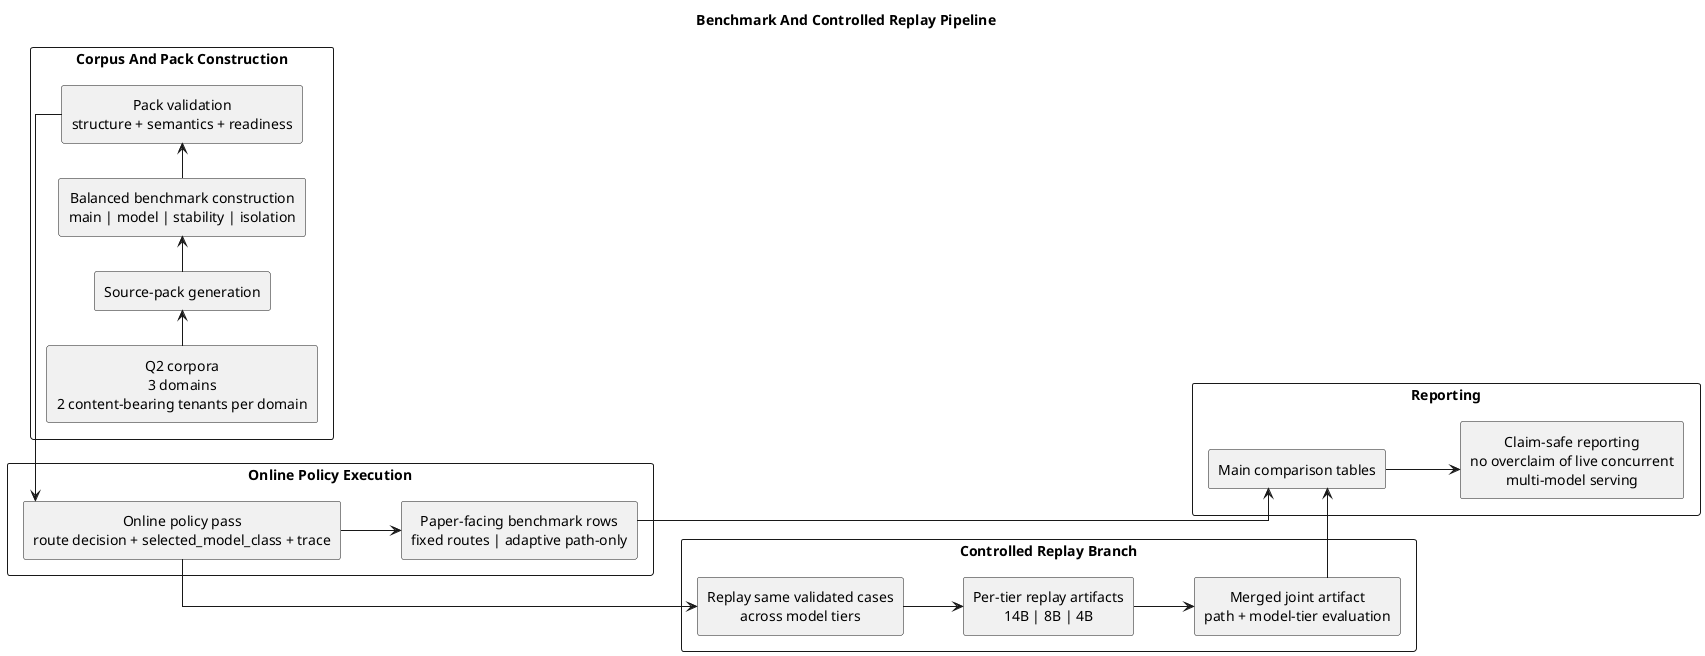
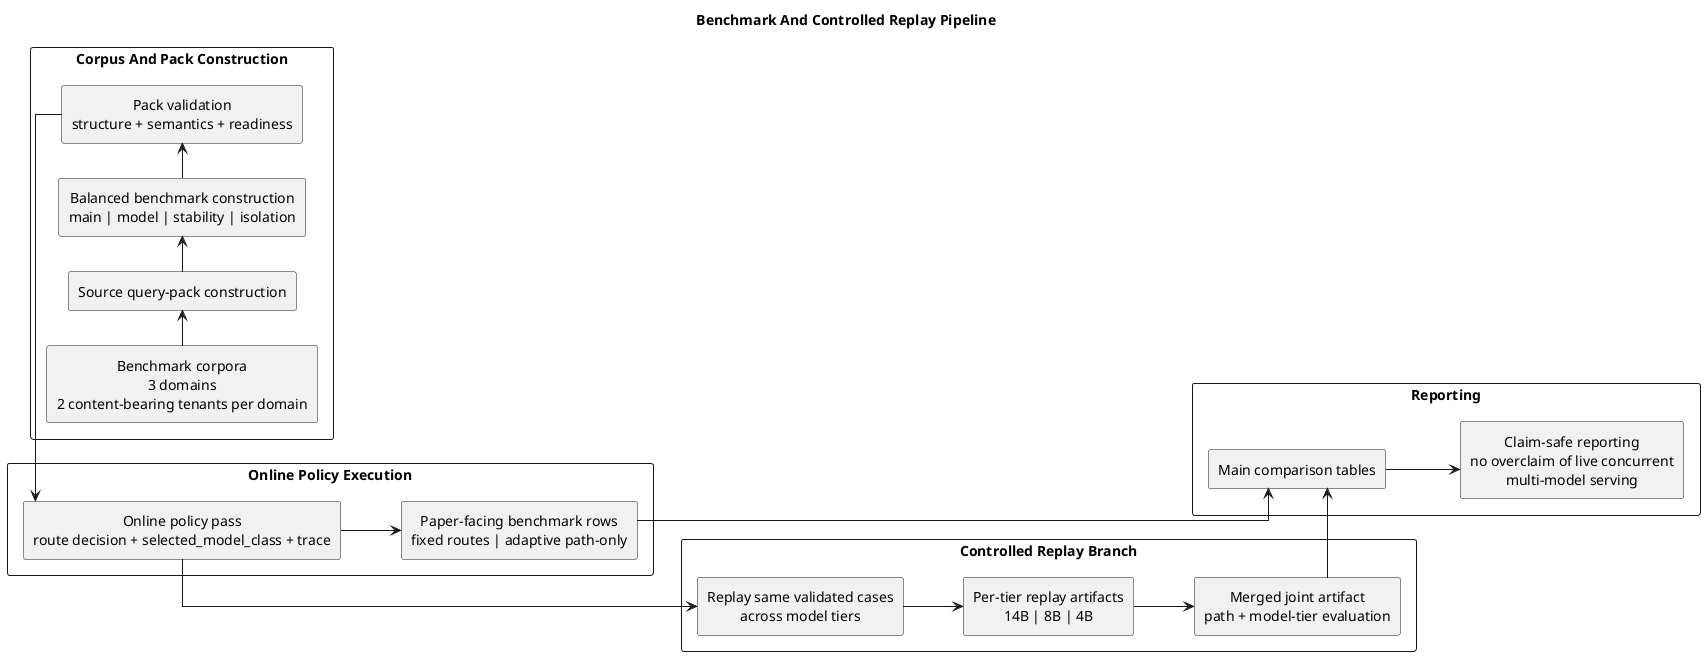
@startuml
left to right direction
skinparam linetype ortho
skinparam packageStyle rectangle
skinparam shadowing false
skinparam defaultTextAlignment center
skinparam componentStyle rectangle
skinparam packageTitleAlignment center

title Benchmark And Controlled Replay Pipeline

package "Corpus And Pack Construction" {
-   rectangle "Q2 corpora\n3 domains\n2 content-bearing tenants per domain" as CORPUS
-   rectangle "Source-pack generation" as SOURCE
+   rectangle "Benchmark corpora\n3 domains\n2 content-bearing tenants per domain" as CORPUS
+   rectangle "Source query-pack construction" as SOURCE
  rectangle "Balanced benchmark construction\nmain | model | stability | isolation" as BUILD
  rectangle "Pack validation\nstructure + semantics + readiness" as VALIDATE

  CORPUS -right-> SOURCE
  SOURCE -right-> BUILD
  BUILD -right-> VALIDATE
}

package "Online Policy Execution" {
  rectangle "Online policy pass\nroute decision + selected_model_class + trace" as POLICY
  rectangle "Paper-facing benchmark rows\nfixed routes | adaptive path-only" as ONLINE

  POLICY -down-> ONLINE
}

package "Controlled Replay Branch" {
  rectangle "Replay same validated cases\nacross model tiers" as REPLAY
  rectangle "Per-tier replay artifacts\n14B | 8B | 4B" as TIERS
  rectangle "Merged joint artifact\npath + model-tier evaluation" as MERGE

  REPLAY -down-> TIERS
  TIERS -down-> MERGE
}

package "Reporting" {
  rectangle "Main comparison tables" as TABLES
  rectangle "Claim-safe reporting\nno overclaim of live concurrent\nmulti-model serving" as CLAIMS

  TABLES -down-> CLAIMS
}

VALIDATE -right-> POLICY
POLICY -right-> REPLAY
ONLINE -right-> TABLES
MERGE -right-> TABLES

ONLINE -[hidden]down- REPLAY
VALIDATE -[hidden]down- ONLINE
POLICY -[hidden]down- TIERS
REPLAY -[hidden]right- TABLES

@enduml
